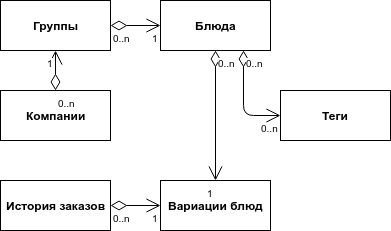
Before: images/database.png, a diagram exported from draw.io (jokly/bachelor-thesis-2019). Source tidied: cells renumbered, new cells last; positions are measured from the earlier drawing's top-left corner, leaving out a move shared by most shapes.
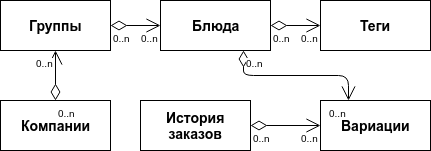
The same file after the commit.

The edit, as a diff of the source:
```diff
@@ -2,68 +2,68 @@
   <root>
     <mxCell id="0" />
     <mxCell id="1" parent="0" />
-    <mxCell id="2" value="&lt;b&gt;Компании&lt;/b&gt;" style="html=1;" parent="1" vertex="1">
-      <mxGeometry y="90" width="110" height="50" as="geometry" />
+    <mxCell id="2" value="&lt;b&gt;&lt;font style=&quot;font-size: 14px&quot;&gt;Компании&lt;/font&gt;&lt;/b&gt;" style="html=1;" parent="1" vertex="1">
+      <mxGeometry x="-150" y="130" width="110" height="50" as="geometry" />
     </mxCell>
-    <mxCell id="3" value="&lt;b&gt;Группы&lt;br&gt;&lt;/b&gt;" style="html=1;" parent="1" vertex="1">
-      <mxGeometry width="110" height="50" as="geometry" />
+    <mxCell id="3" value="&lt;b&gt;&lt;font style=&quot;font-size: 14px&quot;&gt;Группы&lt;br&gt;&lt;/font&gt;&lt;/b&gt;" style="html=1;" parent="1" vertex="1">
+      <mxGeometry x="-150" y="30" width="110" height="50" as="geometry" />
     </mxCell>
+    <mxCell id="7" value="&lt;b&gt;&lt;font style=&quot;font-size: 14px&quot;&gt;Блюда&lt;br&gt;&lt;/font&gt;&lt;/b&gt;" style="html=1;" parent="1" vertex="1">
+      <mxGeometry x="10" y="30" width="110" height="50" as="geometry" />
+    </mxCell>
-    <mxCell id="4" style="endArrow=open;html=1;endSize=12;startArrow=diamondThin;startSize=14;startFill=0;edgeStyle=orthogonalEdgeStyle;entryX=0.5;entryY=1;entryDx=0;entryDy=0;" parent="1" edge="1" source="2" target="3">
+    <mxCell id="4" style="endArrow=open;html=1;endSize=12;startArrow=diamondThin;startSize=14;startFill=0;edgeStyle=orthogonalEdgeStyle;exitX=0.5;exitY=0;exitDx=0;exitDy=0;entryX=0.5;entryY=1;entryDx=0;entryDy=0;" parent="1" edge="1" source="2" target="3">
       <mxGeometry relative="1" as="geometry" />
     </mxCell>
-    <mxCell id="5" value="0..n" style="html=1;align=left;verticalAlign=top;labelBackgroundColor=#ffffff;fontSize=10;" parent="4" vertex="1">
-      <mxGeometry x="-1" relative="1" as="geometry" />
-    </mxCell>
-    <mxCell id="6" value="1" style="html=1;align=right;verticalAlign=top;labelBackgroundColor=#ffffff;fontSize=10;" parent="4" vertex="1">
-      <mxGeometry x="1" relative="1" as="geometry" />
-    </mxCell>
-    <mxCell id="7" value="&lt;b&gt;Блюда&lt;br&gt;&lt;/b&gt;" style="html=1;" parent="1" vertex="1">
-      <mxGeometry x="160" width="110" height="50" as="geometry" />
-    </mxCell>
+    <mxCell id="23" value="0..n" style="html=1;align=left;verticalAlign=top;labelBackgroundColor=#ffffff;fontSize=10;" parent="4" vertex="1">
+      <mxGeometry x="-1" relative="1" as="geometry" />
+    </mxCell>
+    <mxCell id="18" value="0..n&lt;br&gt;" style="html=1;align=right;verticalAlign=top;labelBackgroundColor=#ffffff;fontSize=10;" parent="4" vertex="1">
+      <mxGeometry x="1" relative="1" as="geometry" />
+    </mxCell>
     <mxCell id="8" style="endArrow=open;html=1;endSize=12;startArrow=diamondThin;startSize=14;startFill=0;edgeStyle=orthogonalEdgeStyle;exitX=1;exitY=0.5;exitDx=0;exitDy=0;entryX=0;entryY=0.5;entryDx=0;entryDy=0;" parent="1" edge="1" source="3" target="7">
       <mxGeometry relative="1" as="geometry" />
     </mxCell>
-    <mxCell id="9" value="0..n" style="html=1;align=left;verticalAlign=top;labelBackgroundColor=#ffffff;fontSize=10;" parent="8" vertex="1">
-      <mxGeometry x="-1" relative="1" as="geometry" />
-    </mxCell>
-    <mxCell id="10" value="1" style="html=1;align=right;verticalAlign=top;labelBackgroundColor=#ffffff;fontSize=10;" parent="8" vertex="1">
-      <mxGeometry x="1" relative="1" as="geometry" />
-    </mxCell>
-    <mxCell id="11" value="&lt;b&gt;Вариации блюд&lt;br&gt;&lt;/b&gt;" style="html=1;" parent="1" vertex="1">
-      <mxGeometry x="160" y="180" width="110" height="50" as="geometry" />
-    </mxCell>
-    <mxCell id="12" style="endArrow=open;html=1;endSize=12;startArrow=diamondThin;startSize=14;startFill=0;edgeStyle=orthogonalEdgeStyle;exitX=0.5;exitY=1;exitDx=0;exitDy=0;entryX=0.5;entryY=0;entryDx=0;entryDy=0;" parent="1" edge="1" source="7" target="11">
-      <mxGeometry relative="1" as="geometry" />
-    </mxCell>
-    <mxCell id="13" value="0..n" style="html=1;align=left;verticalAlign=top;labelBackgroundColor=#ffffff;fontSize=10;" parent="12" vertex="1">
-      <mxGeometry x="-1" relative="1" as="geometry" />
-    </mxCell>
-    <mxCell id="14" value="1" style="html=1;align=right;verticalAlign=top;labelBackgroundColor=#ffffff;fontSize=10;" parent="12" vertex="1">
-      <mxGeometry x="1" relative="1" as="geometry" />
-    </mxCell>
+    <mxCell id="24" value="0..n" style="html=1;align=left;verticalAlign=top;labelBackgroundColor=#ffffff;fontSize=10;" parent="8" vertex="1">
+      <mxGeometry x="-1" relative="1" as="geometry" />
+    </mxCell>
+    <mxCell id="25" value="0..n" style="html=1;align=right;verticalAlign=top;labelBackgroundColor=#ffffff;fontSize=10;" parent="8" vertex="1">
+      <mxGeometry x="1" relative="1" as="geometry" />
+    </mxCell>
-    <mxCell id="15" value="&lt;b&gt;Теги&lt;br&gt;&lt;/b&gt;" style="html=1;" parent="1" vertex="1">
-      <mxGeometry x="280" y="90" width="110" height="50" as="geometry" />
+    <mxCell id="15" value="&lt;b&gt;&lt;font style=&quot;font-size: 14px&quot;&gt;Теги&lt;br&gt;&lt;/font&gt;&lt;/b&gt;" style="html=1;" parent="1" vertex="1">
+      <mxGeometry x="170" y="30" width="110" height="50" as="geometry" />
     </mxCell>
+    <mxCell id="26" value="&lt;b&gt;&lt;font style=&quot;font-size: 14px&quot;&gt;Вариации&lt;br&gt;&lt;/font&gt;&lt;/b&gt;" style="html=1;" parent="1" vertex="1">
+      <mxGeometry x="170" y="130" width="110" height="50" as="geometry" />
+    </mxCell>
+    <mxCell id="27" style="endArrow=open;html=1;endSize=12;startArrow=diamondThin;startSize=14;startFill=0;edgeStyle=orthogonalEdgeStyle;entryX=0.25;entryY=0;entryDx=0;entryDy=0;exitX=0.75;exitY=1;exitDx=0;exitDy=0;" parent="1" edge="1" source="7" target="26">
+      <mxGeometry relative="1" as="geometry" />
+    </mxCell>
+    <mxCell id="28" value="0..n" style="html=1;align=left;verticalAlign=top;labelBackgroundColor=#ffffff;fontSize=10;" parent="27" vertex="1">
+      <mxGeometry x="-1" relative="1" as="geometry" />
+    </mxCell>
+    <mxCell id="29" value="0..n" style="html=1;align=right;verticalAlign=top;labelBackgroundColor=#ffffff;fontSize=10;" parent="27" vertex="1">
+      <mxGeometry x="1" relative="1" as="geometry" />
+    </mxCell>
-    <mxCell id="16" style="endArrow=open;html=1;endSize=12;startArrow=diamondThin;startSize=14;startFill=0;edgeStyle=orthogonalEdgeStyle;exitX=0.75;exitY=1;exitDx=0;exitDy=0;entryX=0;entryY=0.5;entryDx=0;entryDy=0;" parent="1" edge="1" source="7" target="15">
+    <mxCell id="16" style="endArrow=open;html=1;endSize=12;startArrow=diamondThin;startSize=14;startFill=0;edgeStyle=orthogonalEdgeStyle;exitX=1;exitY=0.5;exitDx=0;exitDy=0;entryX=0;entryY=0.5;entryDx=0;entryDy=0;" parent="1" edge="1" source="7" target="15">
       <mxGeometry relative="1" as="geometry" />
     </mxCell>
-    <mxCell id="17" value="0..n" style="html=1;align=left;verticalAlign=top;labelBackgroundColor=#ffffff;fontSize=10;" parent="16" vertex="1">
-      <mxGeometry x="-1" relative="1" as="geometry" />
-    </mxCell>
-    <mxCell id="18" value="0..n&lt;br&gt;" style="html=1;align=right;verticalAlign=top;labelBackgroundColor=#ffffff;fontSize=10;" parent="16" vertex="1">
-      <mxGeometry x="1" relative="1" as="geometry" />
-    </mxCell>
+    <mxCell id="30" value="0..n" style="html=1;align=left;verticalAlign=top;labelBackgroundColor=#ffffff;fontSize=10;" parent="16" vertex="1">
+      <mxGeometry x="-1" relative="1" as="geometry" />
+    </mxCell>
+    <mxCell id="31" value="0..n" style="html=1;align=right;verticalAlign=top;labelBackgroundColor=#ffffff;fontSize=10;" parent="16" vertex="1">
+      <mxGeometry x="1" relative="1" as="geometry" />
+    </mxCell>
-    <mxCell id="19" value="&lt;b&gt;История заказов&lt;br&gt;&lt;/b&gt;" style="html=1;" parent="1" vertex="1">
-      <mxGeometry y="180" width="110" height="50" as="geometry" />
+    <mxCell id="19" value="&lt;b&gt;&lt;font style=&quot;font-size: 14px&quot;&gt;История&lt;br&gt;заказов&lt;br&gt;&lt;/font&gt;&lt;/b&gt;" style="html=1;" parent="1" vertex="1">
+      <mxGeometry x="-10" y="130" width="110" height="50" as="geometry" />
     </mxCell>
-    <mxCell id="20" style="endArrow=open;html=1;endSize=12;startArrow=diamondThin;startSize=14;startFill=0;edgeStyle=orthogonalEdgeStyle;exitX=1;exitY=0.5;exitDx=0;exitDy=0;entryX=0;entryY=0.5;entryDx=0;entryDy=0;" parent="1" edge="1" source="19" target="11">
-      <mxGeometry relative="1" as="geometry" />
-    </mxCell>
-    <mxCell id="21" value="0..n" style="html=1;align=left;verticalAlign=top;labelBackgroundColor=#ffffff;fontSize=10;" parent="20" vertex="1">
-      <mxGeometry x="-1" relative="1" as="geometry" />
-    </mxCell>
-    <mxCell id="22" value="1" style="html=1;align=right;verticalAlign=top;labelBackgroundColor=#ffffff;fontSize=10;" parent="20" vertex="1">
-      <mxGeometry x="1" relative="1" as="geometry" />
-    </mxCell>
+    <mxCell id="32" style="endArrow=open;html=1;endSize=12;startArrow=diamondThin;startSize=14;startFill=0;edgeStyle=orthogonalEdgeStyle;exitX=1;exitY=0.5;exitDx=0;exitDy=0;entryX=0;entryY=0.5;entryDx=0;entryDy=0;" parent="1" edge="1" source="19" target="26">
+      <mxGeometry relative="1" as="geometry" />
+    </mxCell>
+    <mxCell id="33" value="0..n" style="html=1;align=left;verticalAlign=top;labelBackgroundColor=#ffffff;fontSize=10;" parent="32" vertex="1">
+      <mxGeometry x="-1" relative="1" as="geometry" />
+    </mxCell>
+    <mxCell id="34" value="0..n" style="html=1;align=right;verticalAlign=top;labelBackgroundColor=#ffffff;fontSize=10;" parent="32" vertex="1">
+      <mxGeometry x="1" relative="1" as="geometry" />
+    </mxCell>
   </root>
 </mxGraphModel>
```
